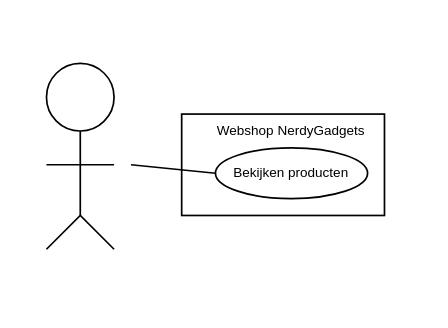
YoungSilent/nerdy_gadgets keeps this draw.io diagram as docs/Use case.drawio. Above is the earlier version. Source tidied: cells renumbered, new cells numbered last; positions are measured from the earlier drawing's top-left corner, leaving out a move shared by most shapes. Both pictures are drawn from the tidied source at 169%, with x=0, y=0 at pixel (46, 63).
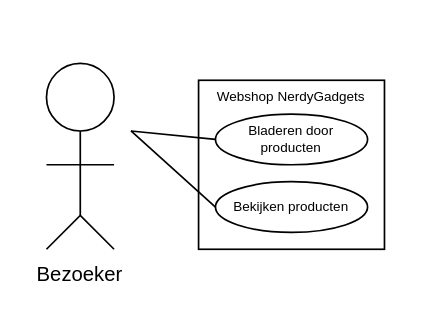
After the change.

What changed in the source:
```diff
@@
+    <mxCell id="6" style="rounded=0;whiteSpace=wrap;html=1;" parent="1" vertex="1">
+      <mxGeometry x="90" y="10" width="110" height="100" as="geometry" />
+    </mxCell>
+    <mxCell id="11" style="ellipse;whiteSpace=wrap;html=1;" parent="1" vertex="1">
+      <mxGeometry x="100" y="70" width="90" height="30" as="geometry" />
+    </mxCell>
@@
-    <mxCell id="6" style="rounded=0;whiteSpace=wrap;html=1;" parent="1" vertex="1">
-      <mxGeometry x="80" y="30" width="120" height="60" as="geometry" />
-    </mxCell>
     <mxCell id="7" style="ellipse;whiteSpace=wrap;html=1;" parent="1" vertex="1">
-      <mxGeometry x="100" y="50" width="90" height="30" as="geometry" />
+      <mxGeometry x="100" y="30" width="90" height="30" as="geometry" />
     </mxCell>
     <mxCell id="8" style="endArrow=none;html=1;rounded=0;entryX=0;entryY=0.5;entryDx=0;entryDy=0;" parent="1" edge="1" target="7">
       <mxGeometry relative="1" as="geometry">
-        <mxPoint x="50" y="60" as="sourcePoint" />
+        <mxPoint x="50" y="40" as="sourcePoint" />
       </mxGeometry>
     </mxCell>
     <mxCell id="9" value="Webshop NerdyGadgets" style="text;html=1;strokeColor=none;fillColor=none;align=center;verticalAlign=middle;whiteSpace=wrap;rounded=0;fontSize=8;" parent="1" vertex="1">
-      <mxGeometry x="70" width="150" height="80" as="geometry" />
+      <mxGeometry x="70" y="-20" width="150" height="80" as="geometry" />
     </mxCell>
     <mxCell id="10" value="Bekijken producten" style="text;html=1;strokeColor=none;fillColor=none;align=center;verticalAlign=middle;whiteSpace=wrap;rounded=0;fontSize=8;" parent="1" vertex="1">
-      <mxGeometry x="105" y="50" width="80" height="30" as="geometry" />
+      <mxGeometry x="105" y="70" width="80" height="30" as="geometry" />
     </mxCell>
+    <mxCell id="12" value="Bladeren door producten" style="text;html=1;strokeColor=none;fillColor=none;align=center;verticalAlign=middle;whiteSpace=wrap;rounded=0;fontSize=8;" parent="1" vertex="1">
+      <mxGeometry x="105" y="30" width="80" height="30" as="geometry" />
+    </mxCell>
+    <mxCell id="13" value="Bezoeker" style="text;html=1;strokeColor=none;fillColor=none;align=center;verticalAlign=middle;whiteSpace=wrap;rounded=0;" parent="1" vertex="1">
+      <mxGeometry x="-10" y="110" width="60" height="30" as="geometry" />
+    </mxCell>
+    <mxCell id="14" style="endArrow=none;html=1;rounded=0;entryX=0;entryY=0.5;entryDx=0;entryDy=0;" parent="1" edge="1" target="11">
+      <mxGeometry relative="1" as="geometry">
+        <mxPoint x="50" y="40" as="sourcePoint" />
+      </mxGeometry>
+    </mxCell>
```
